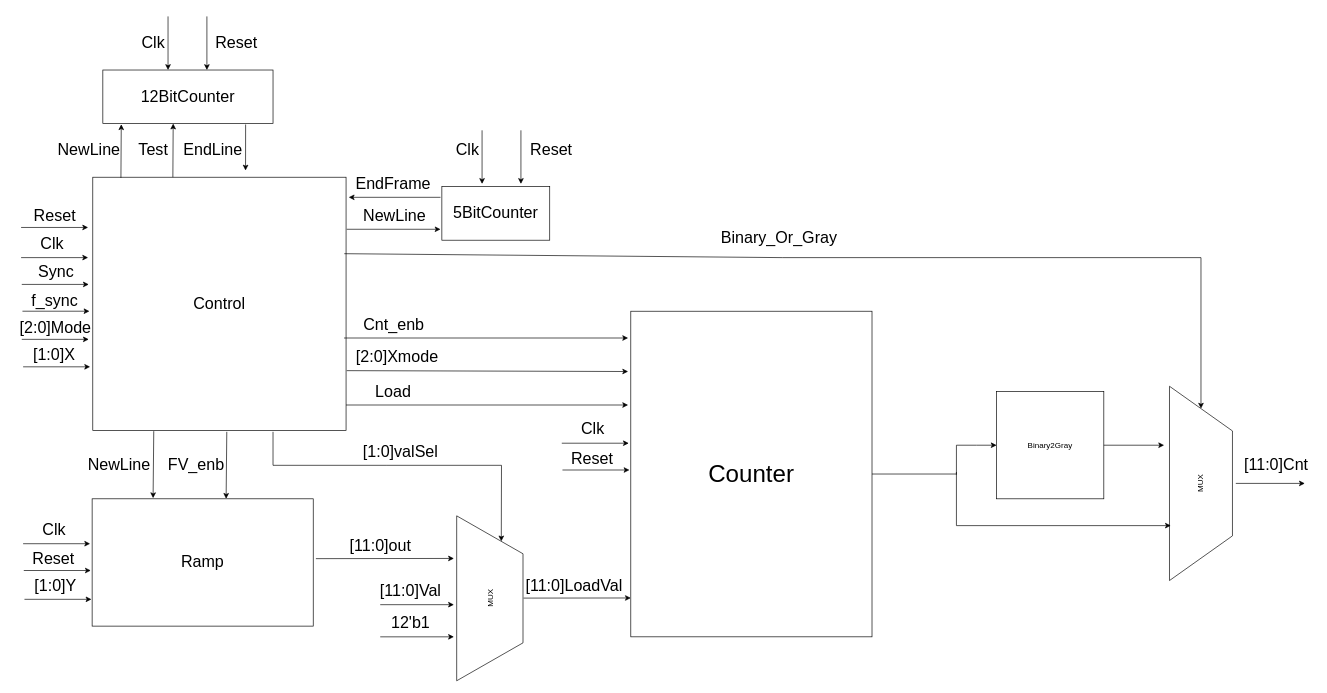
The draw.io diagram Block_diagram.drawio in sabarioded/Patterns_Project, before the edit. Source tidied: cells renumbered, new cells numbered last; positions are measured from the earlier drawing's top-left corner, leaving out a move shared by most shapes. Both pictures are drawn from the tidied source at 67%, with x=0, y=0 at pixel (11, 16).
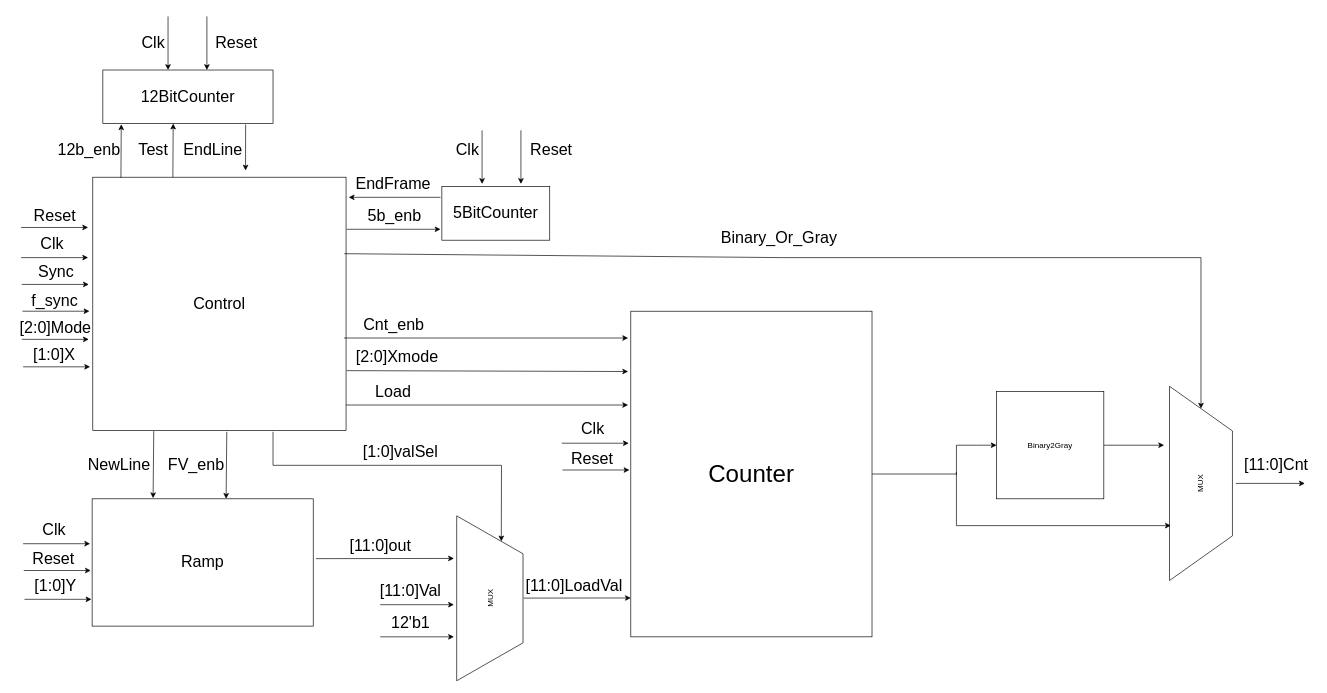
The same diagram, later.

The edit, as a diff of the source:
```diff
@@
-    <mxCell id="39" value="&lt;span style=&quot;font-size: 24px;&quot;&gt;NewLine&lt;/span&gt;" style="text;html=1;align=center;verticalAlign=middle;strokeColor=none;fillColor=none;" parent="1" vertex="1">
+    <mxCell id="39" value="&lt;span style=&quot;font-size: 24px;&quot;&gt;12b_enb&lt;/span&gt;" style="text;html=1;align=center;verticalAlign=middle;strokeColor=none;fillColor=none;" parent="1" vertex="1">
       <mxGeometry x="55" y="180" width="120" height="40" as="geometry" />
     </mxCell>
@@
-    <mxCell id="45" value="&lt;font style=&quot;font-size: 24px;&quot;&gt;NewLine&lt;/font&gt;" style="text;html=1;align=center;verticalAlign=middle;strokeColor=none;fillColor=none;" parent="1" vertex="1">
-      <mxGeometry x="511" y="277.7" width="120" height="40" as="geometry" />
+    <mxCell id="45" value="&lt;font style=&quot;font-size: 24px;&quot;&gt;5b_enb&lt;/font&gt;" style="text;html=1;align=center;verticalAlign=middle;strokeColor=none;fillColor=none;" parent="1" vertex="1">
+      <mxGeometry x="521" y="277.7" width="100" height="40" as="geometry" />
     </mxCell>
```
